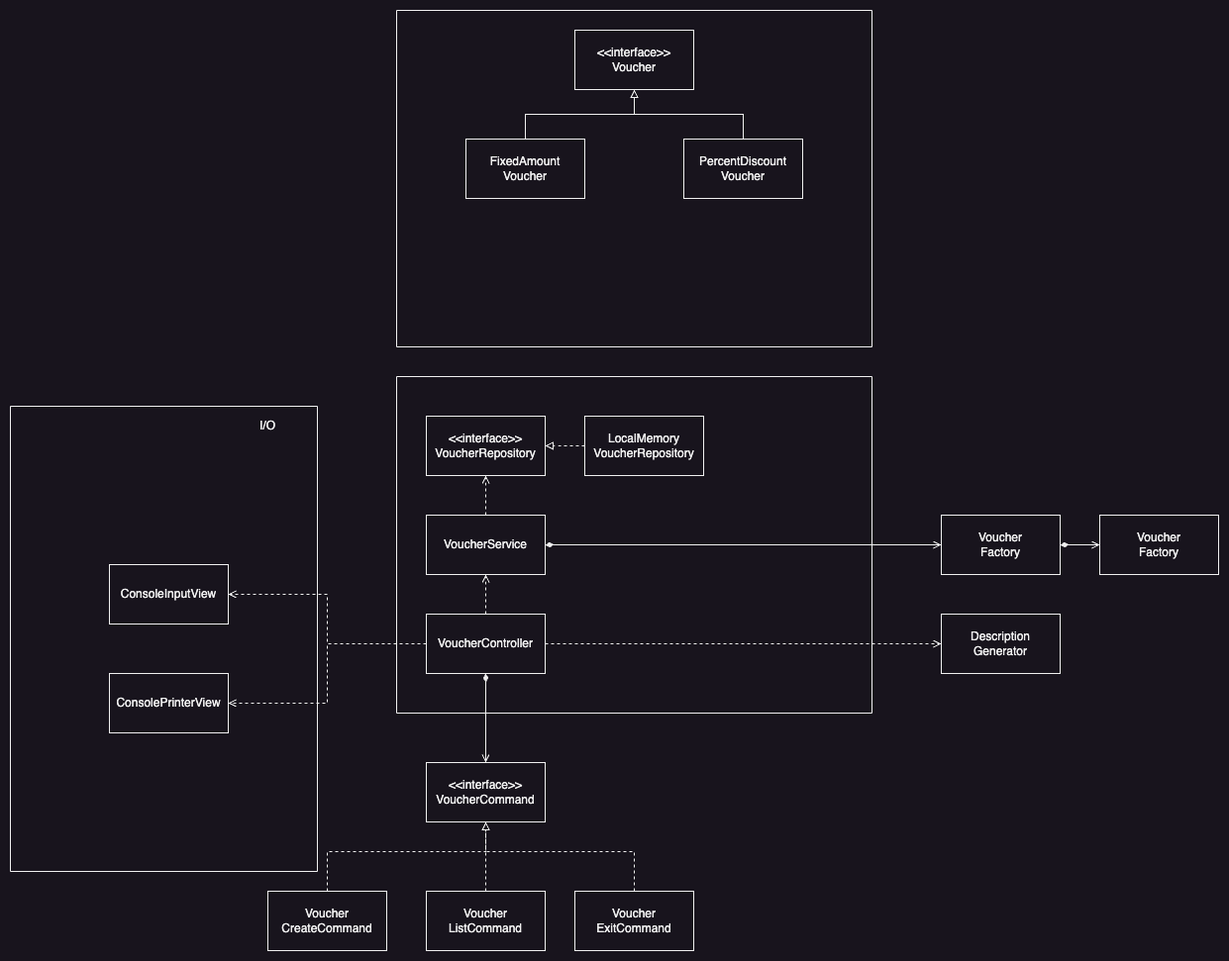
This is voucher-manager/doc/바우처_관리_설계도.png from prgrms-be-devcourse/springboot-basic, a draw.io export, as it was before one commit. Source tidied: cells renumbered, new cells last; positions are measured from the earlier drawing's top-left corner, leaving out a move shared by most shapes.
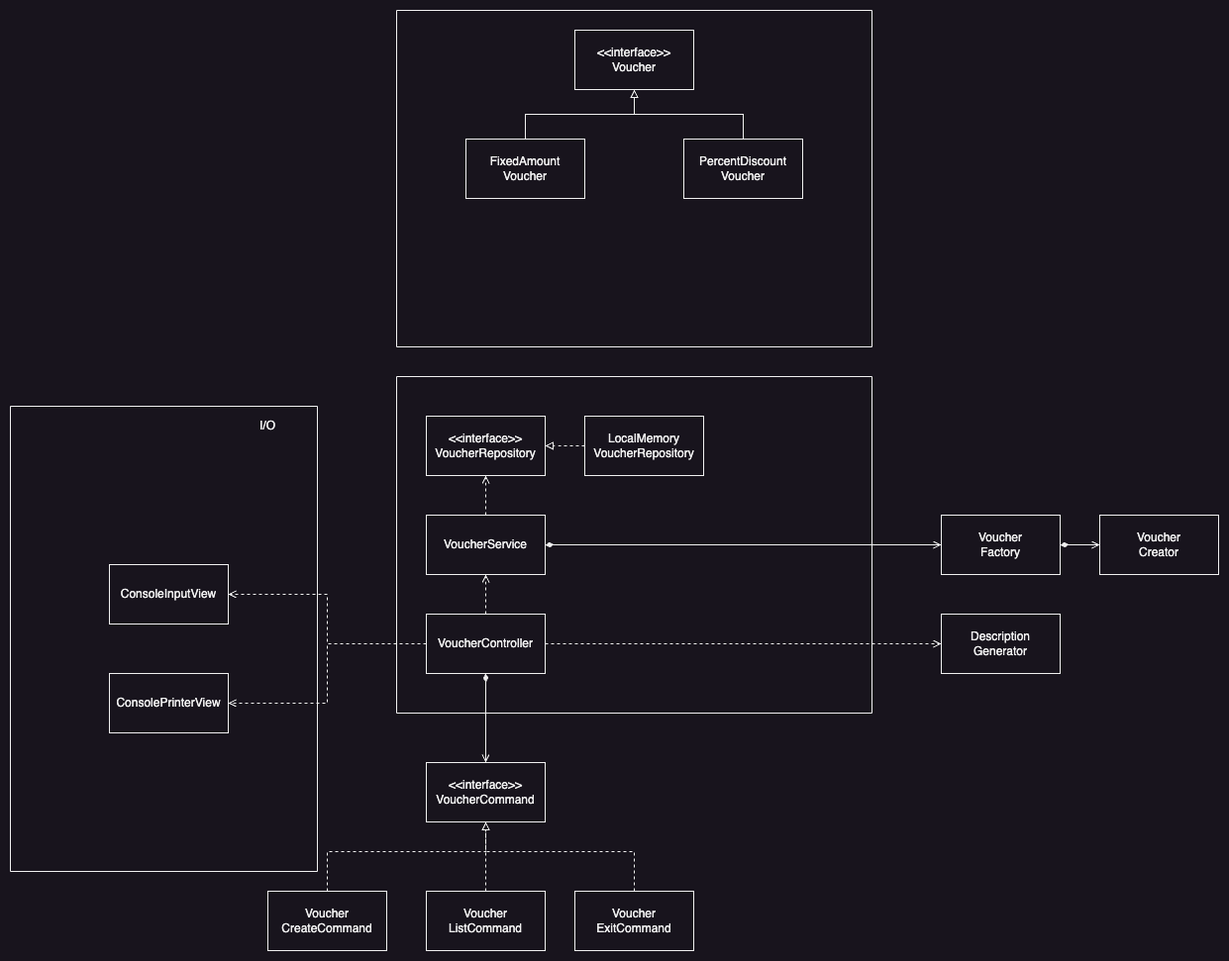
Later version of the same file.

Commit message:
doc: 설계도의 잘못된 이름 수정

- VoucherCreator가 VoucherFactory로 표시된 문제 해결

What changed in the source:
```diff
@@ -181,7 +181,7 @@
     <mxCell id="44" value="Voucher&lt;br&gt;Factory" style="rounded=0;whiteSpace=wrap;html=1;" parent="1" vertex="1">
       <mxGeometry x="940" y="510" width="120" height="60" as="geometry" />
     </mxCell>
-    <mxCell id="45" value="Voucher&lt;br&gt;Factory" style="rounded=0;whiteSpace=wrap;html=1;" parent="1" vertex="1">
+    <mxCell id="45" value="Voucher&lt;br&gt;Creator" style="rounded=0;whiteSpace=wrap;html=1;" parent="1" vertex="1">
       <mxGeometry x="1100" y="510" width="120" height="60" as="geometry" />
     </mxCell>
   </root>
```
